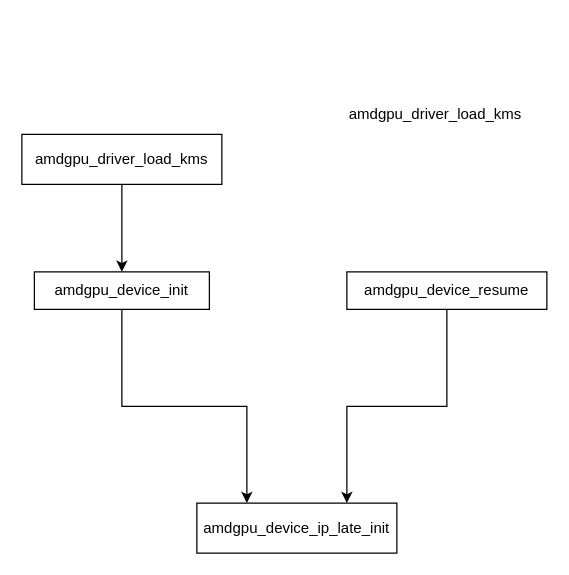
This is Untitled Diagram.drawio from hongaoo/learngit, a draw.io file, before an edit. Source tidied: cells renumbered, new cells numbered last; positions are measured from the earlier drawing's top-left corner, leaving out a move shared by most shapes. Both pictures are drawn from the tidied source at 125%, with x=0, y=0 at pixel (21, 96).
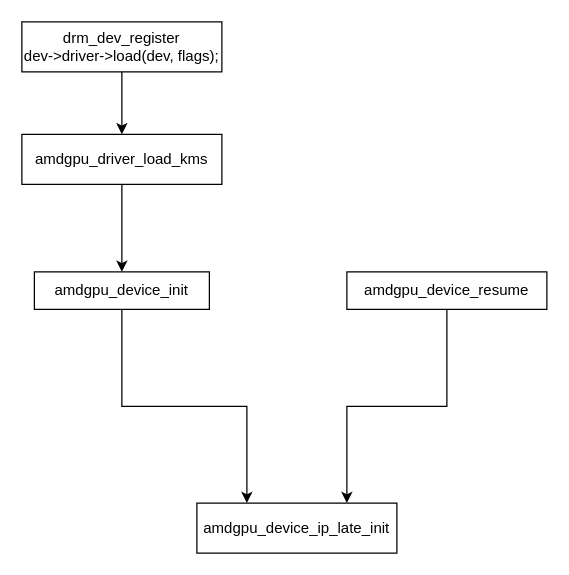
The same diagram, later.

Diff of the diagram source:
```diff
@@
 <mxGraphModel>
   <root>
     <mxCell id="0" />
     <mxCell id="1" parent="0" />
     <mxCell id="2" style="edgeStyle=orthogonalEdgeStyle;rounded=0;jettySize=auto;html=1;entryX=0.25;entryY=0;entryDx=0;entryDy=0;" parent="1" edge="1" source="3" target="4">
       <mxGeometry relative="1" as="geometry" />
     </mxCell>
     <mxCell id="3" value="&lt;div style=&quot;line-height: 19px&quot;&gt;&lt;span style=&quot;text-align: left ; background-color: rgb(255 , 255 , 255)&quot;&gt;&lt;font style=&quot;font-size: 12px&quot;&gt;amdgpu_device_init&lt;/font&gt;&lt;/span&gt;&lt;br&gt;&lt;/div&gt;" style="rounded=0;whiteSpace=wrap;html=1;" parent="1" vertex="1">
       <mxGeometry x="10" y="140" width="140" height="30" as="geometry" />
     </mxCell>
     <mxCell id="4" value="&lt;div style=&quot;line-height: 19px&quot;&gt;&lt;span style=&quot;text-align: left&quot;&gt;amdgpu_device_ip_late_init&lt;/span&gt;&lt;br&gt;&lt;/div&gt;" style="rounded=0;whiteSpace=wrap;html=1;" parent="1" vertex="1">
       <mxGeometry x="140" y="325" width="160" height="40" as="geometry" />
     </mxCell>
     <mxCell id="5" style="edgeStyle=orthogonalEdgeStyle;rounded=0;jettySize=auto;html=1;entryX=0.75;entryY=0;entryDx=0;entryDy=0;" parent="1" edge="1" source="6" target="4">
       <mxGeometry relative="1" as="geometry" />
     </mxCell>
     <mxCell id="6" value="&lt;div style=&quot;line-height: 19px&quot;&gt;&lt;span style=&quot;text-align: left&quot;&gt;amdgpu_device_resume&lt;/span&gt;&lt;br&gt;&lt;/div&gt;" style="rounded=0;whiteSpace=wrap;html=1;" parent="1" vertex="1">
       <mxGeometry x="260" y="140" width="160" height="30" as="geometry" />
     </mxCell>
-    <mxCell id="7" value="amdgpu_driver_load_kms" style="text;whiteSpace=wrap;html=1;" parent="1" vertex="1">
-      <mxGeometry x="260" width="160" height="30" as="geometry" />
-    </mxCell>
     <mxCell id="8" style="edgeStyle=orthogonalEdgeStyle;rounded=0;jettySize=auto;html=1;" parent="1" edge="1" source="9" target="3">
       <mxGeometry relative="1" as="geometry" />
     </mxCell>
     <mxCell id="9" value="&lt;span style=&quot;text-align: left&quot;&gt;amdgpu_driver_load_kms&lt;/span&gt;" style="rounded=0;whiteSpace=wrap;html=1;" parent="1" vertex="1">
       <mxGeometry y="30" width="160" height="40" as="geometry" />
     </mxCell>
+    <mxCell id="10" style="edgeStyle=orthogonalEdgeStyle;rounded=0;jettySize=auto;html=1;entryX=0.5;entryY=0;entryDx=0;entryDy=0;" parent="1" edge="1" source="11" target="9">
+      <mxGeometry relative="1" as="geometry" />
+    </mxCell>
+    <mxCell id="11" value="&lt;span style=&quot;text-align: left&quot;&gt;drm_dev_register&lt;br&gt;&lt;/span&gt;&lt;span style=&quot;text-align: left&quot;&gt;dev-&amp;gt;driver-&amp;gt;load(dev, flags);&lt;/span&gt;&lt;span style=&quot;text-align: left&quot;&gt;&lt;br&gt;&lt;/span&gt;" style="rounded=0;whiteSpace=wrap;html=1;" parent="1" vertex="1">
+      <mxGeometry y="-60" width="160" height="40" as="geometry" />
+    </mxCell>
   </root>
 </mxGraphModel>
```
